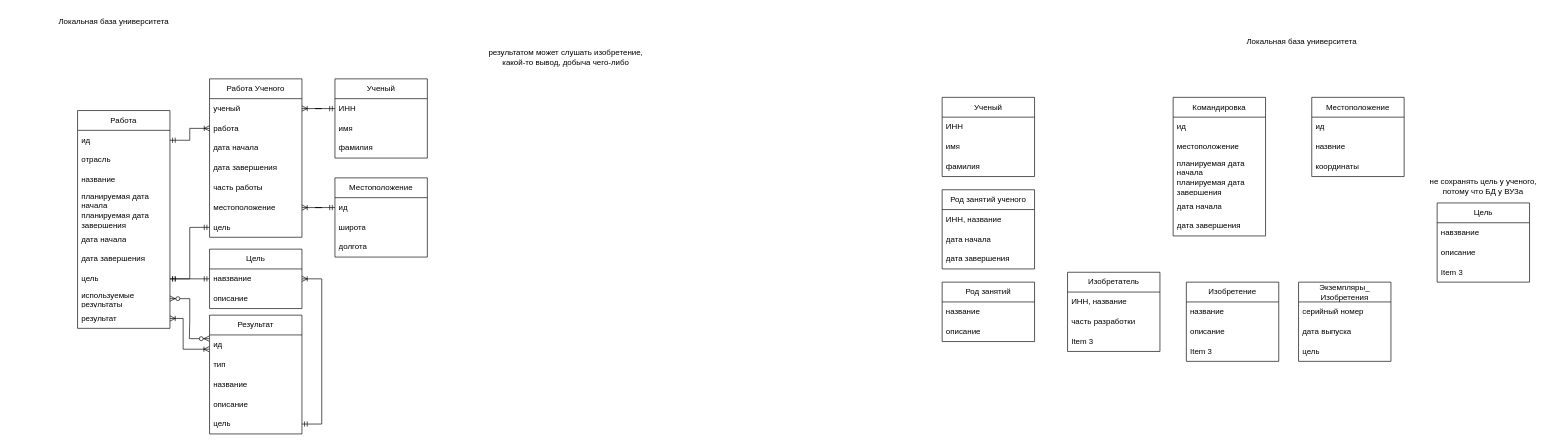
This is DB/lab_1/diagrams/info.drawio from vanya9090/itmo, a draw.io file, before an edit. Source tidied: cells renumbered, new cells numbered last; positions are measured from the earlier drawing's top-left corner, leaving out a move shared by most shapes. Both pictures are drawn from the tidied source at 66%, with x=0, y=0 at pixel (11, 11).
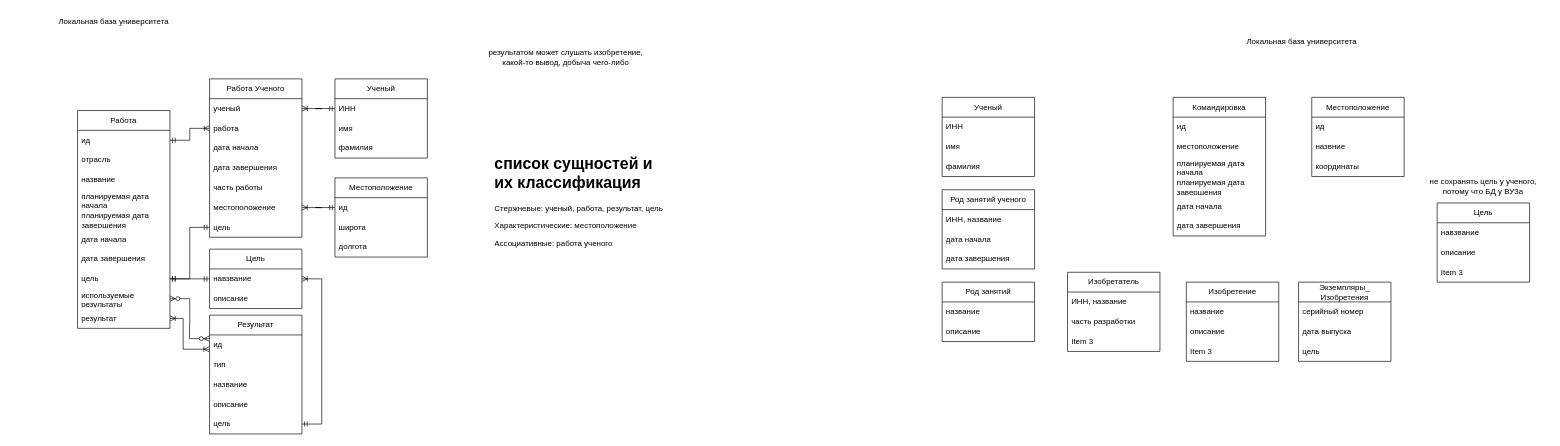
The same page after the edit.

What changed in the source:
```diff
@@
+    <mxCell id="88" value="&lt;h1 style=&quot;margin-top: 0px;&quot;&gt;список сущностей и их классификация&lt;/h1&gt;&lt;p&gt;Стержневые: ученый, работа, результат, цель&lt;/p&gt;&lt;p style=&quot;margin: 0px; font-variant-numeric: normal; font-variant-east-asian: normal; font-variant-alternates: normal; font-kerning: auto; font-optical-sizing: auto; font-feature-settings: normal; font-variation-settings: normal; font-variant-position: normal; font-stretch: normal; line-height: normal; font-family: Arial;&quot; class=&quot;p1&quot;&gt;Характеристические: местоположение&lt;/p&gt;&lt;p style=&quot;margin: 0px; font-variant-numeric: normal; font-variant-east-asian: normal; font-variant-alternates: normal; font-kerning: auto; font-optical-sizing: auto; font-feature-settings: normal; font-variation-settings: normal; font-variant-position: normal; font-stretch: normal; line-height: normal; font-family: Arial;&quot; class=&quot;p1&quot;&gt;&lt;br&gt;&lt;/p&gt;&lt;p style=&quot;margin: 0px; font-variant-numeric: normal; font-variant-east-asian: normal; font-variant-alternates: normal; font-kerning: auto; font-optical-sizing: auto; font-feature-settings: normal; font-variation-settings: normal; font-variant-position: normal; font-stretch: normal; line-height: normal; font-family: Arial;&quot; class=&quot;p1&quot;&gt;Ассоциативные: работа ученого&lt;/p&gt;" style="text;html=1;whiteSpace=wrap;overflow=hidden;rounded=0;" parent="1" vertex="1">
+      <mxGeometry x="730" y="210" width="260" height="220" as="geometry" />
+    </mxCell>
```
